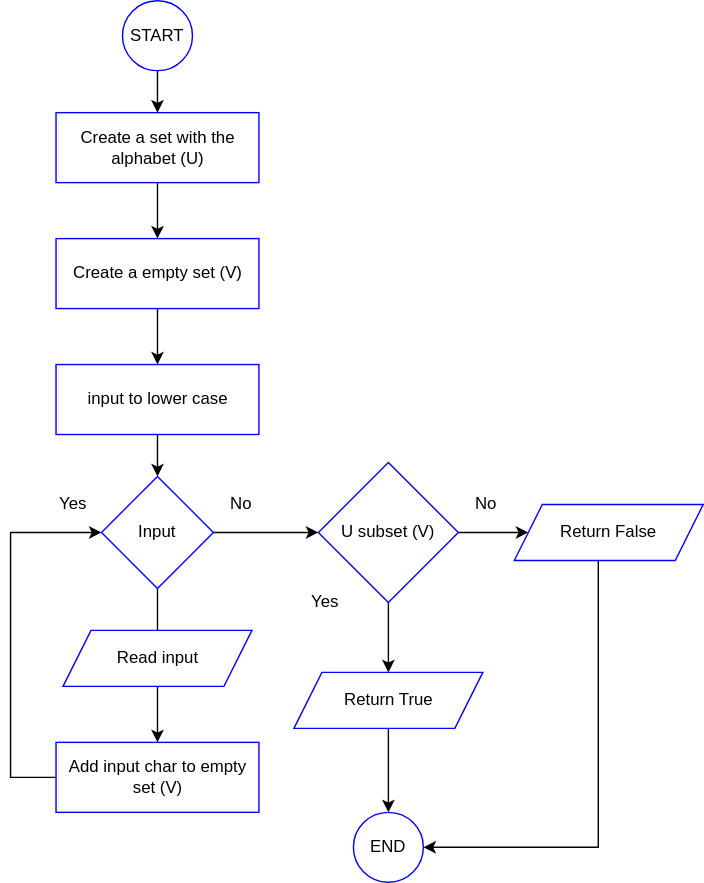
Before: img/pan/pangram.svg, a diagram exported from draw.io (jaminyah/drawio). Source tidied: cells renumbered, new cells last; positions are measured from the earlier drawing's top-left corner, leaving out a move shared by most shapes.
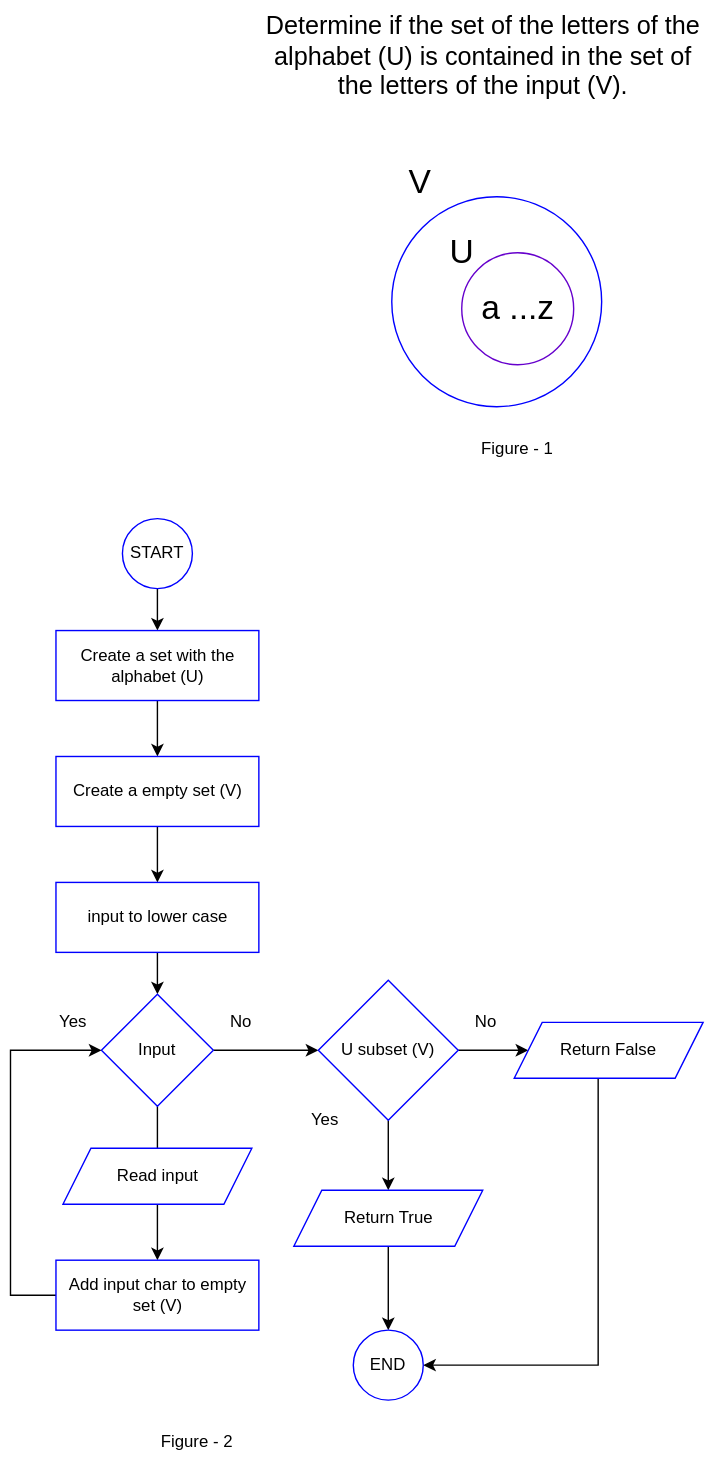
Later version of the same file.

Commit message:
Add vent diagram explanation.

Diff of the diagram source:
```diff
@@ -2,8 +2,13 @@
   <root>
     <mxCell id="0" />
     <mxCell id="1" parent="0" />
+    <mxCell id="28" style="ellipse;whiteSpace=wrap;html=1;strokeColor=#0000FF;" parent="1" vertex="1">
+      <mxGeometry x="272.5" y="-230" width="150" height="150" as="geometry" />
+    </mxCell>
-    <mxCell id="2" style="edgeStyle=orthogonalEdgeStyle;rounded=0;jettySize=auto;html=1;" parent="1" edge="1" source="3" target="5">
-      <mxGeometry relative="1" as="geometry" />
+    <mxCell id="2" style="edgeStyle=orthogonalEdgeStyle;rounded=0;jettySize=auto;html=1;" parent="1" edge="1" target="5">
+      <mxGeometry relative="1" as="geometry">
+        <mxPoint x="105" y="50" as="sourcePoint" />
+      </mxGeometry>
     </mxCell>
     <mxCell id="3" value="START" style="ellipse;whiteSpace=wrap;html=1;strokeColor=#0000FF;" parent="1" vertex="1">
       <mxGeometry x="80" width="50" height="50" as="geometry" />
@@ -89,5 +94,23 @@
     <mxCell id="27" value="No&lt;br&gt;" style="text;html=1;strokeColor=none;fillColor=none;align=center;verticalAlign=middle;whiteSpace=wrap;rounded=0;rotation=0;" parent="1" vertex="1">
       <mxGeometry x="320" y="350" width="40" height="20" as="geometry" />
     </mxCell>
+    <mxCell id="29" value="&lt;font style=&quot;font-size: 24px&quot;&gt;a ...z&lt;/font&gt;" style="ellipse;whiteSpace=wrap;html=1;strokeColor=#6600CC;" parent="1" vertex="1">
+      <mxGeometry x="322.5" y="-190" width="80" height="80" as="geometry" />
+    </mxCell>
+    <mxCell id="30" value="&lt;font style=&quot;font-size: 24px&quot;&gt;V&lt;/font&gt;" style="text;html=1;strokeColor=none;fillColor=none;align=center;verticalAlign=middle;whiteSpace=wrap;rounded=0;" parent="1" vertex="1">
+      <mxGeometry x="272.5" y="-250" width="40" height="20" as="geometry" />
+    </mxCell>
+    <mxCell id="31" value="&lt;font style=&quot;font-size: 24px&quot;&gt;U&lt;/font&gt;" style="text;html=1;strokeColor=none;fillColor=none;align=center;verticalAlign=middle;whiteSpace=wrap;rounded=0;" parent="1" vertex="1">
+      <mxGeometry x="302.5" y="-200" width="40" height="20" as="geometry" />
+    </mxCell>
+    <mxCell id="32" value="Figure - 1" style="text;html=1;strokeColor=none;fillColor=none;align=center;verticalAlign=middle;whiteSpace=wrap;rounded=0;" parent="1" vertex="1">
+      <mxGeometry x="322.5" y="-60" width="79" height="20" as="geometry" />
+    </mxCell>
+    <mxCell id="33" value="Figure - 2" style="text;html=1;strokeColor=none;fillColor=none;align=center;verticalAlign=middle;whiteSpace=wrap;rounded=0;" parent="1" vertex="1">
+      <mxGeometry x="93.5" y="650" width="79" height="20" as="geometry" />
+    </mxCell>
+    <mxCell id="34" value="&lt;font style=&quot;font-size: 18px&quot;&gt;Determine if the set of the letters of the alphabet (U) is contained in the set of the letters of the input (V).&lt;/font&gt;" style="text;html=1;strokeColor=none;fillColor=none;align=center;verticalAlign=middle;whiteSpace=wrap;rounded=0;" parent="1" vertex="1">
+      <mxGeometry x="172.5" y="-370" width="330" height="80" as="geometry" />
+    </mxCell>
   </root>
 </mxGraphModel>
```
